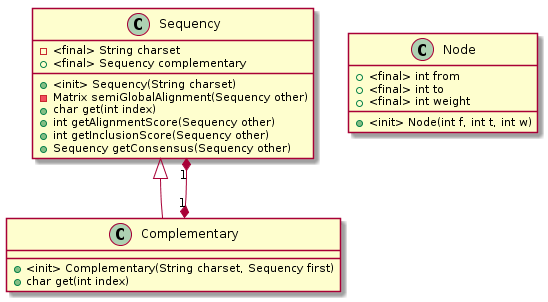
The PlantUML diagram uml.png in cyberjasse/sequencer, before a commit. Source of this version:
```plantuml
@startuml
class Sequency {
	-<final> String charset
	+<final> Sequency complementary
	+<init> Sequency(String charset)
	-Matrix semiGlobalAlignment(Sequency other)
	+char get(int index)
	+int getAlignmentScore(Sequency other)
	+int getInclusionScore(Sequency other)
	+Sequency getConsensus(Sequency other)
}
class Complementary {
	+<init> Complementary(String charset, Sequency first)
	+char get(int index)
}
class Node {
	+<final> int from
	+<final> int to
	+<final> int weight
	+<init> Node(int f, int t, int w)
}
Sequency <|-- Complementary
Sequency "1" *--* "1" Complementary
@enduml
```
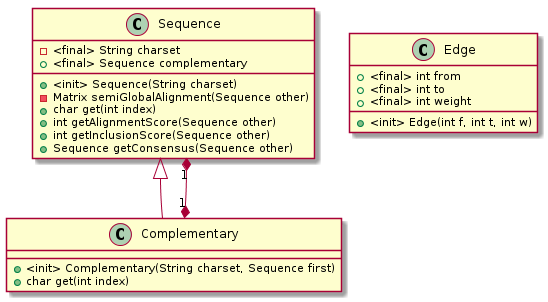
Later version of the same file.

Commit message:
Renamed Node to Edge

Change to the diagram source:
```diff
@@ -1,24 +1,24 @@
 @startuml
-class Sequency {
+class Sequence {
 	-<final> String charset
-	+<final> Sequency complementary
-	+<init> Sequency(String charset)
-	-Matrix semiGlobalAlignment(Sequency other)
+	+<final> Sequence complementary
+	+<init> Sequence(String charset)
+	-Matrix semiGlobalAlignment(Sequence other)
 	+char get(int index)
-	+int getAlignmentScore(Sequency other)
-	+int getInclusionScore(Sequency other)
-	+Sequency getConsensus(Sequency other)
+	+int getAlignmentScore(Sequence other)
+	+int getInclusionScore(Sequence other)
+	+Sequence getConsensus(Sequence other)
 }
 class Complementary {
-	+<init> Complementary(String charset, Sequency first)
+	+<init> Complementary(String charset, Sequence first)
 	+char get(int index)
 }
-class Node {
+class Edge {
 	+<final> int from
 	+<final> int to
 	+<final> int weight
-	+<init> Node(int f, int t, int w)
+	+<init> Edge(int f, int t, int w)
 }
-Sequency <|-- Complementary
-Sequency "1" *--* "1" Complementary
+Sequence <|-- Complementary
+Sequence "1" *--* "1" Complementary
 @enduml
```
